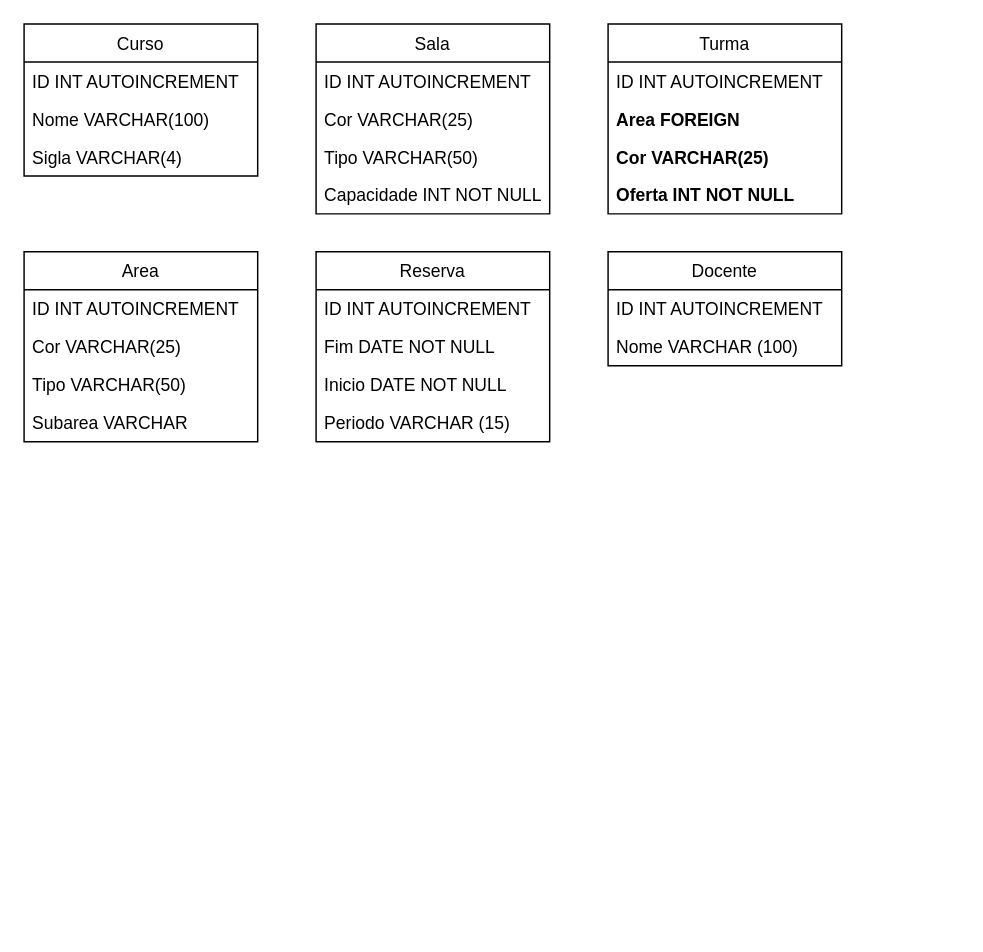
Before: docs/diagrama.drawio in Diogo-MD/projeto_Hackaton, a draw.io diagram. Source tidied: cells renumbered, new cells numbered last; positions are measured from the earlier drawing's top-left corner, leaving out a move shared by most shapes. Both pictures are drawn from the tidied source at 146%, with x=0, y=0 at pixel (23, 23).
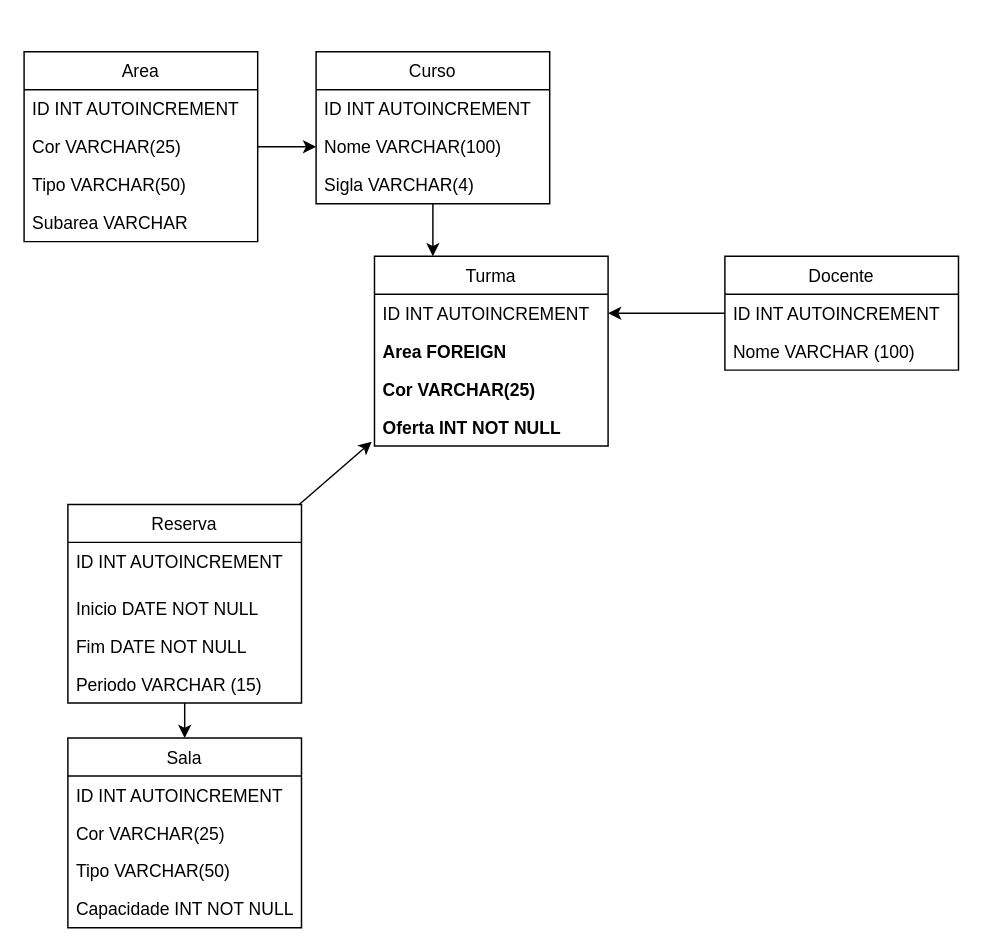
After the change.

The change refers to these unchanged cells:
```xml
<mxCell id="4" value="Nome VARCHAR(100)" style="text;strokeColor=none;fillColor=none;align=left;verticalAlign=top;spacingLeft=4;spacingRight=4;overflow=hidden;points=[[0,0.5],[1,0.5]];portConstraint=eastwest;fontStyle=0;" parent="2" vertex="1">
  <mxGeometry y="52" width="160" height="26" as="geometry" />
</mxCell>
<mxCell id="15" value="ID INT AUTOINCREMENT" style="text;strokeColor=none;fillColor=none;align=left;verticalAlign=top;spacingLeft=4;spacingRight=4;overflow=hidden;points=[[0,0.5],[1,0.5]];portConstraint=eastwest;" parent="14" vertex="1">
  <mxGeometry y="26" width="160" height="26" as="geometry" />
</mxCell>
<mxCell id="18" value="Oferta INT NOT NULL" style="text;strokeColor=none;fillColor=none;align=left;verticalAlign=top;spacingLeft=4;spacingRight=4;overflow=hidden;points=[[0,0.5],[1,0.5]];portConstraint=eastwest;fontStyle=1;" parent="14" vertex="1">
  <mxGeometry y="104" width="160" height="26" as="geometry" />
</mxCell>
```

Diff of the diagram source:
```diff
@@
+    <mxCell id="29" style="edgeStyle=none;html=1;entryX=0.25;entryY=0;entryDx=0;entryDy=0;" parent="1" edge="1" source="2" target="14">
+      <mxGeometry relative="1" as="geometry" />
+    </mxCell>
     <mxCell id="2" value="Curso" style="swimlane;fontStyle=0;horizontal=1;startSize=26;fillColor=none;" parent="1" vertex="1">
-      <mxGeometry width="160" height="104" as="geometry" />
+      <mxGeometry x="200" y="19" width="160" height="104" as="geometry" />
     </mxCell>
@@
     <mxCell id="6" value="Sala" style="swimlane;fontStyle=0;horizontal=1;startSize=26;fillColor=none;" parent="1" vertex="1">
-      <mxGeometry x="200" width="160" height="130" as="geometry" />
+      <mxGeometry x="30" y="489" width="160" height="130" as="geometry" />
     </mxCell>
@@
+    <mxCell id="30" style="edgeStyle=none;html=1;entryX=1;entryY=0.5;entryDx=0;entryDy=0;" parent="1" edge="1" source="11" target="15">
+      <mxGeometry relative="1" as="geometry" />
+    </mxCell>
     <mxCell id="11" value="Docente" style="swimlane;fontStyle=0;horizontal=1;startSize=26;fillColor=none;" parent="1" vertex="1">
-      <mxGeometry x="400" y="156" width="160" height="78" as="geometry" />
+      <mxGeometry x="480" y="159" width="160" height="78" as="geometry" />
     </mxCell>
@@
     <mxCell id="14" value="Turma" style="swimlane;fontStyle=0;horizontal=1;startSize=26;fillColor=none;" parent="1" vertex="1">
-      <mxGeometry x="400" width="160" height="130" as="geometry" />
+      <mxGeometry x="240" y="159" width="160" height="130" as="geometry" />
     </mxCell>
@@
+    <mxCell id="31" style="edgeStyle=none;html=1;entryX=-0.012;entryY=0.885;entryDx=0;entryDy=0;entryPerimeter=0;" parent="1" edge="1" source="19" target="18">
+      <mxGeometry relative="1" as="geometry" />
+    </mxCell>
     <mxCell id="19" value="Reserva" style="swimlane;fontStyle=0;horizontal=1;startSize=26;fillColor=none;" parent="1" vertex="1">
-      <mxGeometry x="200" y="156" width="160" height="130" as="geometry" />
+      <mxGeometry x="30" y="329" width="160" height="136" as="geometry" />
     </mxCell>
     <mxCell id="20" value="ID INT AUTOINCREMENT" style="text;strokeColor=none;fillColor=none;align=left;verticalAlign=top;spacingLeft=4;spacingRight=4;overflow=hidden;" parent="19" vertex="1">
-      <mxGeometry y="26" width="160" height="26" as="geometry" />
+      <mxGeometry y="26" width="160" height="32" as="geometry" />
     </mxCell>
+    <mxCell id="22" value="Inicio DATE NOT NULL" style="text;strokeColor=none;fillColor=none;align=left;verticalAlign=top;spacingLeft=4;spacingRight=4;overflow=hidden;" parent="19" vertex="1">
+      <mxGeometry y="58" width="160" height="26" as="geometry" />
+    </mxCell>
     <mxCell id="21" value="Fim DATE NOT NULL" style="text;strokeColor=none;fillColor=none;align=left;verticalAlign=top;spacingLeft=4;spacingRight=4;overflow=hidden;" parent="19" vertex="1">
-      <mxGeometry y="52" width="160" height="26" as="geometry" />
+      <mxGeometry y="84" width="160" height="26" as="geometry" />
     </mxCell>
-    <mxCell id="22" value="Inicio DATE NOT NULL" style="text;strokeColor=none;fillColor=none;align=left;verticalAlign=top;spacingLeft=4;spacingRight=4;overflow=hidden;" parent="19" vertex="1">
-      <mxGeometry y="78" width="160" height="26" as="geometry" />
-    </mxCell>
     <mxCell id="23" value="Periodo VARCHAR (15)" style="text;strokeColor=none;fillColor=none;align=left;verticalAlign=top;spacingLeft=4;spacingRight=4;overflow=hidden;points=[[0,0.5],[1,0.5]];portConstraint=eastwest;" parent="19" vertex="1">
-      <mxGeometry y="104" width="160" height="26" as="geometry" />
+      <mxGeometry y="110" width="160" height="26" as="geometry" />
     </mxCell>
+    <mxCell id="32" style="edgeStyle=none;html=1;entryX=0;entryY=0.5;entryDx=0;entryDy=0;" parent="1" edge="1" source="24" target="4">
+      <mxGeometry relative="1" as="geometry" />
+    </mxCell>
     <mxCell id="24" value="Area" style="swimlane;fontStyle=0;horizontal=1;startSize=26;fillColor=none;" parent="1" vertex="1">
-      <mxGeometry y="156" width="160" height="130" as="geometry" />
+      <mxGeometry y="19" width="160" height="130" as="geometry" />
     </mxCell>
@@
+    <mxCell id="33" style="edgeStyle=none;html=1;" parent="1" edge="1" source="23" target="6">
+      <mxGeometry relative="1" as="geometry" />
+    </mxCell>
```
